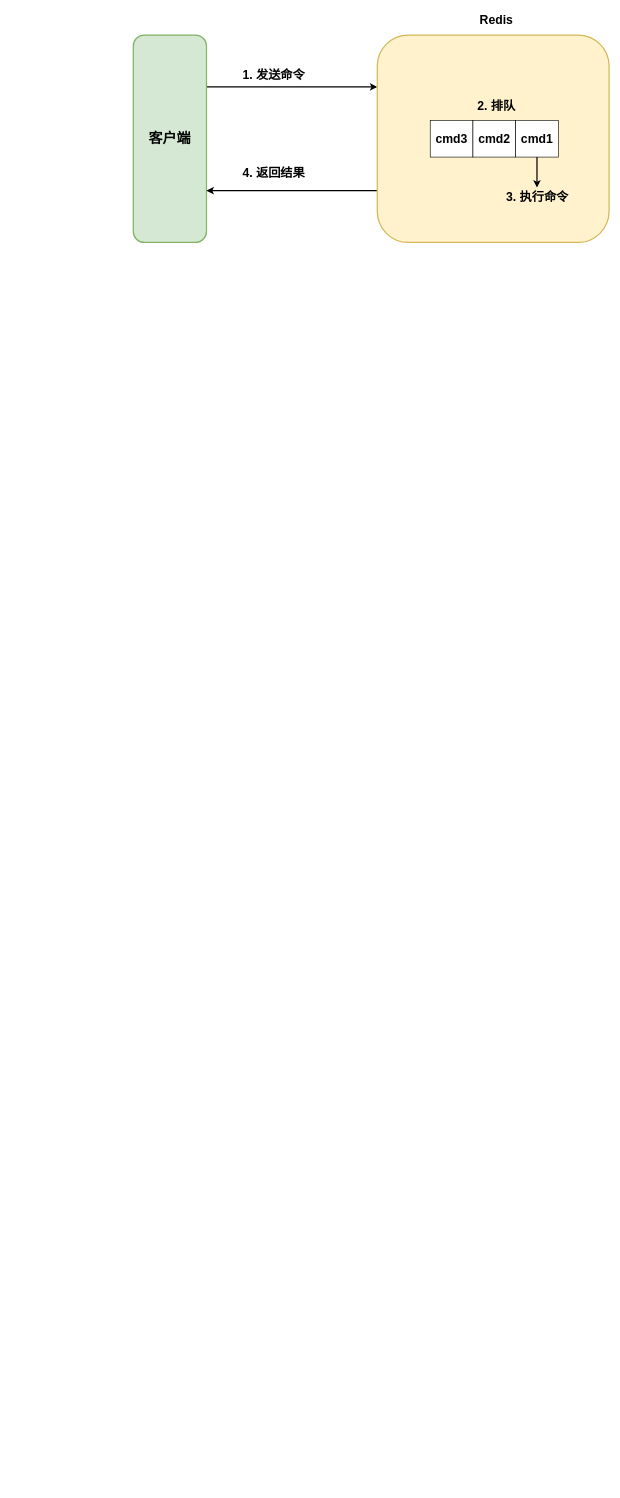
The draw.io diagram G 缓存/Redis.drawio in AmosLLc/NanoNotes, before the edit. Source tidied: cells renumbered, new cells numbered last; positions are measured from the earlier drawing's top-left corner, leaving out a move shared by most shapes. Both pictures are drawn from the tidied source at 61%, with x=0, y=0 at pixel (133, 10).
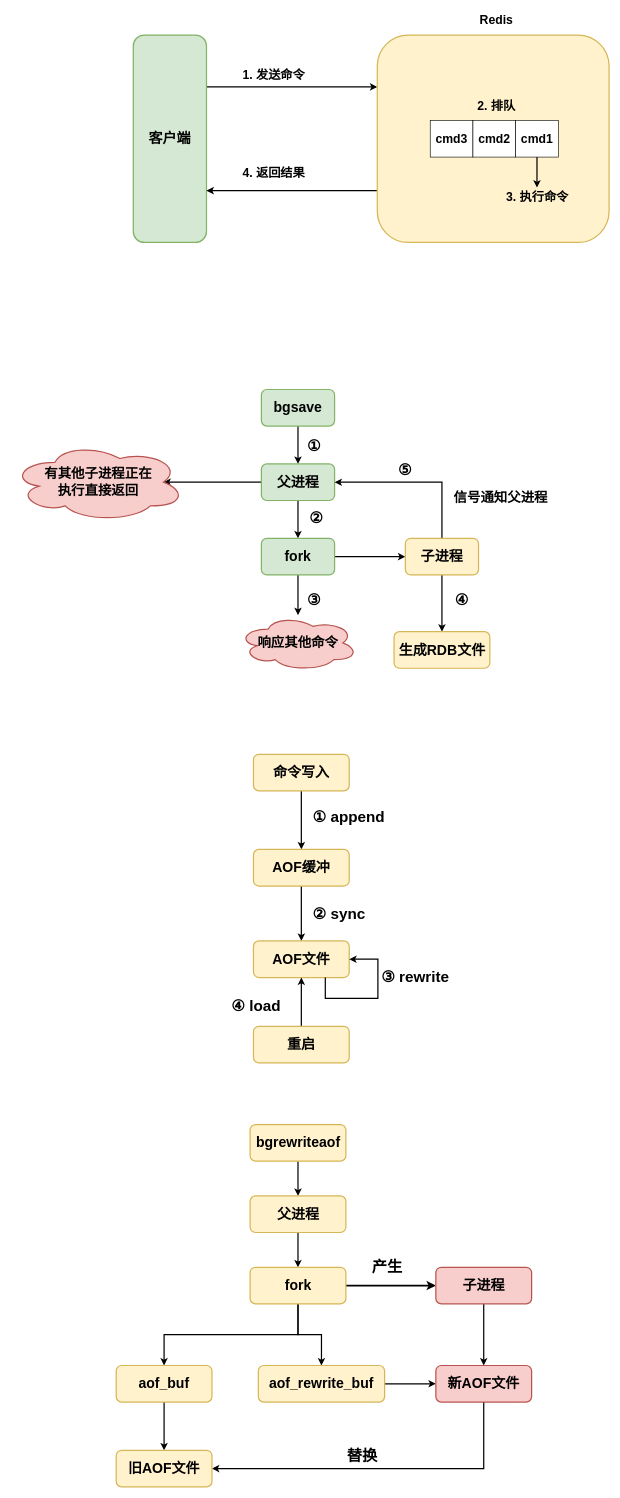
Above is the later version.

Change to the diagram source:
```diff
@@
+    <mxCell id="15" style="edgeStyle=orthogonalEdgeStyle;rounded=0;jettySize=auto;html=1;exitX=0.5;exitY=1;exitDx=0;exitDy=0;entryX=0.5;entryY=0;entryDx=0;entryDy=0;fontSize=22;strokeWidth=2;" parent="1" edge="1" source="16" target="19">
+      <mxGeometry relative="1" as="geometry" />
+    </mxCell>
+    <mxCell id="16" value="bgsave" style="rounded=1;whiteSpace=wrap;html=1;fillColor=#d5e8d4;strokeColor=#82b366;strokeWidth=2;fontSize=23;fontStyle=1;" parent="1" vertex="1">
+      <mxGeometry x="210" y="621" width="120" height="60" as="geometry" />
+    </mxCell>
+    <mxCell id="17" style="edgeStyle=orthogonalEdgeStyle;rounded=0;jettySize=auto;html=1;exitX=0.5;exitY=1;exitDx=0;exitDy=0;entryX=0.5;entryY=0;entryDx=0;entryDy=0;strokeWidth=2;fontSize=22;" parent="1" edge="1" source="19" target="22">
+      <mxGeometry relative="1" as="geometry" />
+    </mxCell>
+    <mxCell id="18" style="edgeStyle=orthogonalEdgeStyle;rounded=0;jettySize=auto;html=1;exitX=0;exitY=0.5;exitDx=0;exitDy=0;entryX=0.875;entryY=0.5;entryDx=0;entryDy=0;entryPerimeter=0;strokeWidth=2;fontSize=22;" parent="1" edge="1" source="19" target="28">
+      <mxGeometry relative="1" as="geometry" />
+    </mxCell>
+    <mxCell id="19" value="父进程" style="rounded=1;whiteSpace=wrap;html=1;fillColor=#d5e8d4;strokeColor=#82b366;strokeWidth=2;fontSize=23;fontStyle=1;" parent="1" vertex="1">
+      <mxGeometry x="210" y="743" width="120" height="60" as="geometry" />
+    </mxCell>
+    <mxCell id="20" style="edgeStyle=orthogonalEdgeStyle;rounded=0;jettySize=auto;html=1;exitX=0.5;exitY=1;exitDx=0;exitDy=0;strokeWidth=2;fontSize=22;" parent="1" edge="1" source="22" target="23">
+      <mxGeometry relative="1" as="geometry" />
+    </mxCell>
+    <mxCell id="21" style="edgeStyle=orthogonalEdgeStyle;rounded=0;jettySize=auto;html=1;exitX=1;exitY=0.5;exitDx=0;exitDy=0;entryX=0;entryY=0.5;entryDx=0;entryDy=0;strokeWidth=2;fontSize=22;" parent="1" edge="1" source="22" target="26">
+      <mxGeometry relative="1" as="geometry" />
+    </mxCell>
+    <mxCell id="22" value="fork" style="rounded=1;whiteSpace=wrap;html=1;fillColor=#d5e8d4;strokeColor=#82b366;strokeWidth=2;fontSize=23;fontStyle=1;" parent="1" vertex="1">
+      <mxGeometry x="210" y="865" width="120" height="60" as="geometry" />
+    </mxCell>
+    <mxCell id="23" value="响应其他命令" style="ellipse;shape=cloud;whiteSpace=wrap;html=1;fontSize=22;fontStyle=1;fillColor=#f8cecc;strokeColor=#b85450;strokeWidth=2;" parent="1" vertex="1">
+      <mxGeometry x="172" y="991" width="196" height="91" as="geometry" />
+    </mxCell>
+    <mxCell id="24" style="edgeStyle=orthogonalEdgeStyle;rounded=0;jettySize=auto;html=1;exitX=0.5;exitY=1;exitDx=0;exitDy=0;entryX=0.5;entryY=0;entryDx=0;entryDy=0;strokeWidth=2;fontSize=22;" parent="1" edge="1" source="26" target="27">
+      <mxGeometry relative="1" as="geometry" />
+    </mxCell>
+    <mxCell id="25" style="edgeStyle=orthogonalEdgeStyle;rounded=0;jettySize=auto;html=1;exitX=0.5;exitY=0;exitDx=0;exitDy=0;entryX=1;entryY=0.5;entryDx=0;entryDy=0;strokeWidth=2;fontSize=22;" parent="1" edge="1" source="26" target="19">
+      <mxGeometry relative="1" as="geometry" />
+    </mxCell>
+    <mxCell id="26" value="子进程" style="rounded=1;whiteSpace=wrap;html=1;fillColor=#fff2cc;strokeColor=#d6b656;strokeWidth=2;fontSize=23;fontStyle=1;" parent="1" vertex="1">
+      <mxGeometry x="446" y="865" width="120" height="60" as="geometry" />
+    </mxCell>
+    <mxCell id="27" value="生成RDB文件" style="rounded=1;whiteSpace=wrap;html=1;fillColor=#fff2cc;strokeColor=#d6b656;strokeWidth=2;fontSize=23;fontStyle=1;" parent="1" vertex="1">
+      <mxGeometry x="427.5" y="1018" width="157" height="60" as="geometry" />
+    </mxCell>
+    <mxCell id="28" value="有其他子进程正在&lt;br&gt;执行直接返回" style="ellipse;shape=cloud;whiteSpace=wrap;html=1;fontSize=22;fontStyle=1;fillColor=#f8cecc;strokeColor=#b85450;strokeWidth=2;" parent="1" vertex="1">
+      <mxGeometry x="-200" y="708.2" width="285" height="129.5" as="geometry" />
+    </mxCell>
+    <mxCell id="29" value="信号通知父进程" style="text;html=1;align=center;verticalAlign=middle;fontSize=22;fontStyle=1;" parent="1" vertex="1">
+      <mxGeometry x="520" y="784" width="164" height="30" as="geometry" />
+    </mxCell>
+    <mxCell id="30" value="①" style="text;html=1;align=center;verticalAlign=middle;fontSize=25;fontStyle=1;" parent="1" vertex="1">
+      <mxGeometry x="278" y="696" width="35" height="34" as="geometry" />
+    </mxCell>
+    <mxCell id="31" value="②&amp;nbsp;" style="text;html=1;align=center;verticalAlign=middle;fontSize=25;fontStyle=1;" parent="1" vertex="1">
+      <mxGeometry x="282" y="813" width="42" height="34" as="geometry" />
+    </mxCell>
+    <mxCell id="32" value="③" style="text;html=1;align=center;verticalAlign=middle;fontSize=25;fontStyle=1;" parent="1" vertex="1">
+      <mxGeometry x="278" y="947" width="35" height="34" as="geometry" />
+    </mxCell>
+    <mxCell id="33" value="④" style="text;html=1;align=center;verticalAlign=middle;fontSize=25;fontStyle=1;" parent="1" vertex="1">
+      <mxGeometry x="520" y="947" width="35" height="34" as="geometry" />
+    </mxCell>
+    <mxCell id="34" value="⑤" style="text;html=1;align=center;verticalAlign=middle;fontSize=25;fontStyle=1;" parent="1" vertex="1">
+      <mxGeometry x="427.5" y="734" width="35" height="34" as="geometry" />
+    </mxCell>
+    <mxCell id="35" style="edgeStyle=orthogonalEdgeStyle;rounded=0;jettySize=auto;html=1;exitX=0.5;exitY=1;exitDx=0;exitDy=0;entryX=0.5;entryY=0;entryDx=0;entryDy=0;strokeWidth=2;fontSize=25;" parent="1" edge="1" source="36" target="38">
+      <mxGeometry relative="1" as="geometry" />
+    </mxCell>
+    <mxCell id="36" value="命令写入" style="rounded=1;whiteSpace=wrap;html=1;fillColor=#fff2cc;strokeColor=#d6b656;strokeWidth=2;fontSize=23;fontStyle=1;" parent="1" vertex="1">
+      <mxGeometry x="197" y="1219" width="157" height="60" as="geometry" />
+    </mxCell>
+    <mxCell id="37" style="edgeStyle=orthogonalEdgeStyle;rounded=0;jettySize=auto;html=1;exitX=0.5;exitY=1;exitDx=0;exitDy=0;entryX=0.5;entryY=0;entryDx=0;entryDy=0;strokeWidth=2;fontSize=25;" parent="1" edge="1" source="38" target="39">
+      <mxGeometry relative="1" as="geometry" />
+    </mxCell>
+    <mxCell id="38" value="AOF缓冲" style="rounded=1;whiteSpace=wrap;html=1;fillColor=#fff2cc;strokeColor=#d6b656;strokeWidth=2;fontSize=23;fontStyle=1;" parent="1" vertex="1">
+      <mxGeometry x="197" y="1375" width="157" height="60" as="geometry" />
+    </mxCell>
+    <mxCell id="39" value="AOF文件" style="rounded=1;whiteSpace=wrap;html=1;fillColor=#fff2cc;strokeColor=#d6b656;strokeWidth=2;fontSize=23;fontStyle=1;" parent="1" vertex="1">
+      <mxGeometry x="197" y="1525" width="157" height="60" as="geometry" />
+    </mxCell>
+    <mxCell id="40" style="edgeStyle=orthogonalEdgeStyle;rounded=0;jettySize=auto;html=1;exitX=0.5;exitY=0;exitDx=0;exitDy=0;strokeWidth=2;fontSize=25;" parent="1" edge="1" source="41" target="39">
+      <mxGeometry relative="1" as="geometry" />
+    </mxCell>
+    <mxCell id="41" value="重启" style="rounded=1;whiteSpace=wrap;html=1;fillColor=#fff2cc;strokeColor=#d6b656;strokeWidth=2;fontSize=23;fontStyle=1;" parent="1" vertex="1">
+      <mxGeometry x="197" y="1665" width="157" height="60" as="geometry" />
+    </mxCell>
+    <mxCell id="42" value="① append" style="text;html=1;align=center;verticalAlign=middle;fontSize=25;fontStyle=1;" parent="1" vertex="1">
+      <mxGeometry x="287" y="1303" width="131" height="34" as="geometry" />
+    </mxCell>
+    <mxCell id="43" value="② sync" style="text;html=1;align=center;verticalAlign=middle;fontSize=25;fontStyle=1;" parent="1" vertex="1">
+      <mxGeometry x="287" y="1463" width="99" height="34" as="geometry" />
+    </mxCell>
+    <mxCell id="44" style="edgeStyle=orthogonalEdgeStyle;rounded=0;orthogonalLoop=1;jettySize=auto;html=1;exitX=0.75;exitY=1;exitDx=0;exitDy=0;entryX=1;entryY=0.5;entryDx=0;entryDy=0;strokeWidth=2;fontSize=25;" parent="1" edge="1" source="39" target="39">
+      <mxGeometry relative="1" as="geometry">
+        <Array as="points">
+          <mxPoint x="315" y="1619" />
+          <mxPoint x="401" y="1619" />
+          <mxPoint x="401" y="1555" />
+        </Array>
+      </mxGeometry>
+    </mxCell>
+    <mxCell id="45" value="③ rewrite" style="text;html=1;align=center;verticalAlign=middle;fontSize=25;fontStyle=1;" parent="1" vertex="1">
+      <mxGeometry x="400" y="1566" width="124" height="34" as="geometry" />
+    </mxCell>
+    <mxCell id="46" value="④ load" style="text;html=1;align=center;verticalAlign=middle;fontSize=25;fontStyle=1;" parent="1" vertex="1">
+      <mxGeometry x="154" y="1613" width="93" height="34" as="geometry" />
+    </mxCell>
+    <mxCell id="47" style="edgeStyle=orthogonalEdgeStyle;rounded=0;jettySize=auto;html=1;exitX=0.5;exitY=1;exitDx=0;exitDy=0;entryX=0.5;entryY=0;entryDx=0;entryDy=0;strokeWidth=2;fontSize=25;" parent="1" edge="1" source="48" target="50">
+      <mxGeometry relative="1" as="geometry" />
+    </mxCell>
+    <mxCell id="48" value="bgrewriteaof" style="rounded=1;whiteSpace=wrap;html=1;fillColor=#fff2cc;strokeColor=#d6b656;strokeWidth=2;fontSize=23;fontStyle=1;" parent="1" vertex="1">
+      <mxGeometry x="191.5" y="1826" width="157" height="60" as="geometry" />
+    </mxCell>
+    <mxCell id="49" style="edgeStyle=orthogonalEdgeStyle;rounded=0;jettySize=auto;html=1;exitX=0.5;exitY=1;exitDx=0;exitDy=0;entryX=0.5;entryY=0;entryDx=0;entryDy=0;strokeWidth=2;fontSize=25;" parent="1" edge="1" source="50" target="54">
+      <mxGeometry relative="1" as="geometry" />
+    </mxCell>
+    <mxCell id="50" value="父进程" style="rounded=1;whiteSpace=wrap;html=1;fillColor=#fff2cc;strokeColor=#d6b656;strokeWidth=2;fontSize=23;fontStyle=1;" parent="1" vertex="1">
+      <mxGeometry x="191.5" y="1943" width="157" height="60" as="geometry" />
+    </mxCell>
+    <mxCell id="51" style="edgeStyle=orthogonalEdgeStyle;rounded=0;jettySize=auto;html=1;exitX=0.5;exitY=1;exitDx=0;exitDy=0;entryX=0.5;entryY=0;entryDx=0;entryDy=0;strokeWidth=2;fontSize=25;" parent="1" edge="1" source="54" target="58">
+      <mxGeometry relative="1" as="geometry" />
+    </mxCell>
+    <mxCell id="52" style="edgeStyle=orthogonalEdgeStyle;rounded=0;jettySize=auto;html=1;exitX=0.5;exitY=1;exitDx=0;exitDy=0;strokeWidth=2;fontSize=25;" parent="1" edge="1" source="54" target="60">
+      <mxGeometry relative="1" as="geometry" />
+    </mxCell>
+    <mxCell id="53" style="edgeStyle=orthogonalEdgeStyle;rounded=0;jettySize=auto;html=1;exitX=1;exitY=0.5;exitDx=0;exitDy=0;entryX=0;entryY=0.5;entryDx=0;entryDy=0;strokeWidth=3;fontSize=25;" parent="1" edge="1" source="54" target="56">
+      <mxGeometry relative="1" as="geometry" />
+    </mxCell>
+    <mxCell id="54" value="fork" style="rounded=1;whiteSpace=wrap;html=1;fillColor=#fff2cc;strokeColor=#d6b656;strokeWidth=2;fontSize=23;fontStyle=1;" parent="1" vertex="1">
+      <mxGeometry x="191.5" y="2060" width="157" height="60" as="geometry" />
+    </mxCell>
+    <mxCell id="55" style="edgeStyle=orthogonalEdgeStyle;rounded=0;jettySize=auto;html=1;exitX=0.5;exitY=1;exitDx=0;exitDy=0;strokeWidth=2;fontSize=25;" parent="1" edge="1" source="56" target="62">
+      <mxGeometry relative="1" as="geometry" />
+    </mxCell>
+    <mxCell id="56" value="子进程" style="rounded=1;whiteSpace=wrap;html=1;fillColor=#f8cecc;strokeColor=#b85450;strokeWidth=2;fontSize=23;fontStyle=1;" parent="1" vertex="1">
+      <mxGeometry x="496" y="2060" width="157" height="60" as="geometry" />
+    </mxCell>
+    <mxCell id="57" style="edgeStyle=orthogonalEdgeStyle;rounded=0;jettySize=auto;html=1;exitX=0.5;exitY=1;exitDx=0;exitDy=0;entryX=0.5;entryY=0;entryDx=0;entryDy=0;strokeWidth=2;fontSize=25;" parent="1" edge="1" source="58" target="63">
+      <mxGeometry relative="1" as="geometry" />
+    </mxCell>
+    <mxCell id="58" value="aof_buf" style="rounded=1;whiteSpace=wrap;html=1;fillColor=#fff2cc;strokeColor=#d6b656;strokeWidth=2;fontSize=23;fontStyle=1;" parent="1" vertex="1">
+      <mxGeometry x="-28" y="2221" width="157" height="60" as="geometry" />
+    </mxCell>
+    <mxCell id="59" style="edgeStyle=orthogonalEdgeStyle;rounded=0;jettySize=auto;html=1;exitX=1;exitY=0.5;exitDx=0;exitDy=0;entryX=0;entryY=0.5;entryDx=0;entryDy=0;strokeWidth=2;fontSize=25;" parent="1" edge="1" source="60" target="62">
+      <mxGeometry relative="1" as="geometry" />
+    </mxCell>
+    <mxCell id="60" value="aof_rewrite_buf" style="rounded=1;whiteSpace=wrap;html=1;fillColor=#fff2cc;strokeColor=#d6b656;strokeWidth=2;fontSize=23;fontStyle=1;" parent="1" vertex="1">
+      <mxGeometry x="205" y="2221" width="207" height="60" as="geometry" />
+    </mxCell>
+    <mxCell id="61" style="edgeStyle=orthogonalEdgeStyle;rounded=0;jettySize=auto;html=1;exitX=0.5;exitY=1;exitDx=0;exitDy=0;entryX=1;entryY=0.5;entryDx=0;entryDy=0;strokeWidth=2;fontSize=25;" parent="1" edge="1" source="62" target="63">
+      <mxGeometry relative="1" as="geometry" />
+    </mxCell>
+    <mxCell id="62" value="新AOF文件" style="rounded=1;whiteSpace=wrap;html=1;fillColor=#f8cecc;strokeColor=#b85450;strokeWidth=2;fontSize=23;fontStyle=1;" parent="1" vertex="1">
+      <mxGeometry x="496" y="2221" width="157" height="60" as="geometry" />
+    </mxCell>
+    <mxCell id="63" value="旧AOF文件" style="rounded=1;whiteSpace=wrap;html=1;fillColor=#fff2cc;strokeColor=#d6b656;strokeWidth=2;fontSize=23;fontStyle=1;" parent="1" vertex="1">
+      <mxGeometry x="-28" y="2360" width="157" height="60" as="geometry" />
+    </mxCell>
+    <mxCell id="64" value="产生" style="text;html=1;align=center;verticalAlign=middle;fontSize=25;fontStyle=1;" parent="1" vertex="1">
+      <mxGeometry x="386" y="2042" width="60" height="34" as="geometry" />
+    </mxCell>
+    <mxCell id="65" value="替换" style="text;html=1;align=center;verticalAlign=middle;fontSize=25;fontStyle=1;" parent="1" vertex="1">
+      <mxGeometry x="345" y="2351" width="60" height="34" as="geometry" />
+    </mxCell>
```
